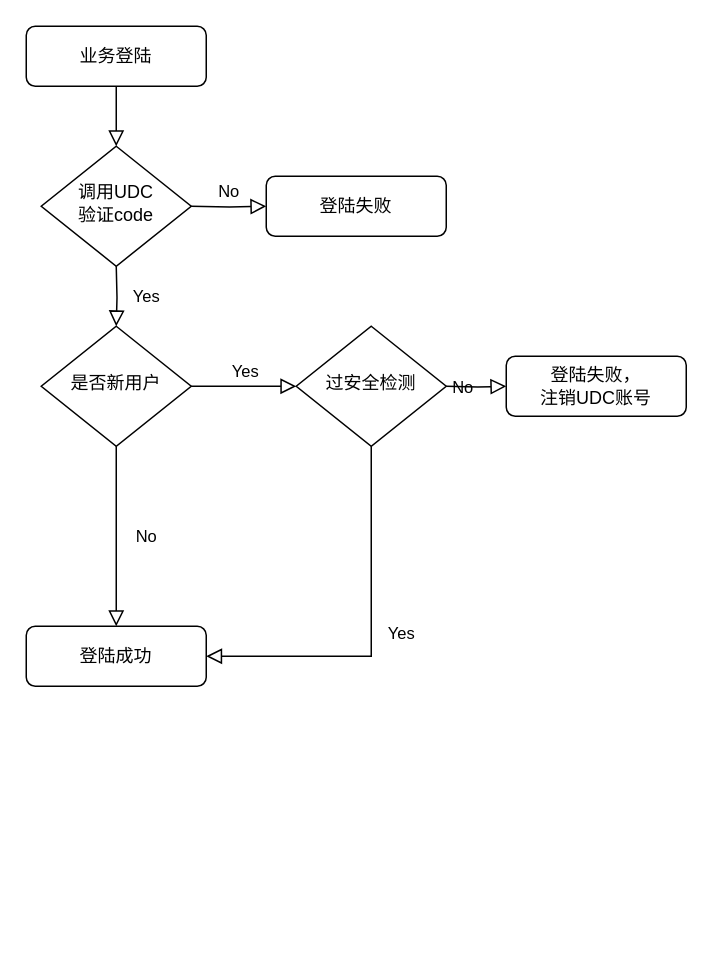
zhuqlah/draw keeps this draw.io diagram as 未命名绘图.drawio. Above is the earlier version. Source tidied: cells renumbered, new cells numbered last; positions are measured from the earlier drawing's top-left corner, leaving out a move shared by most shapes. Both pictures are drawn from the tidied source at 150%, with x=0, y=0 at pixel (26, 26).
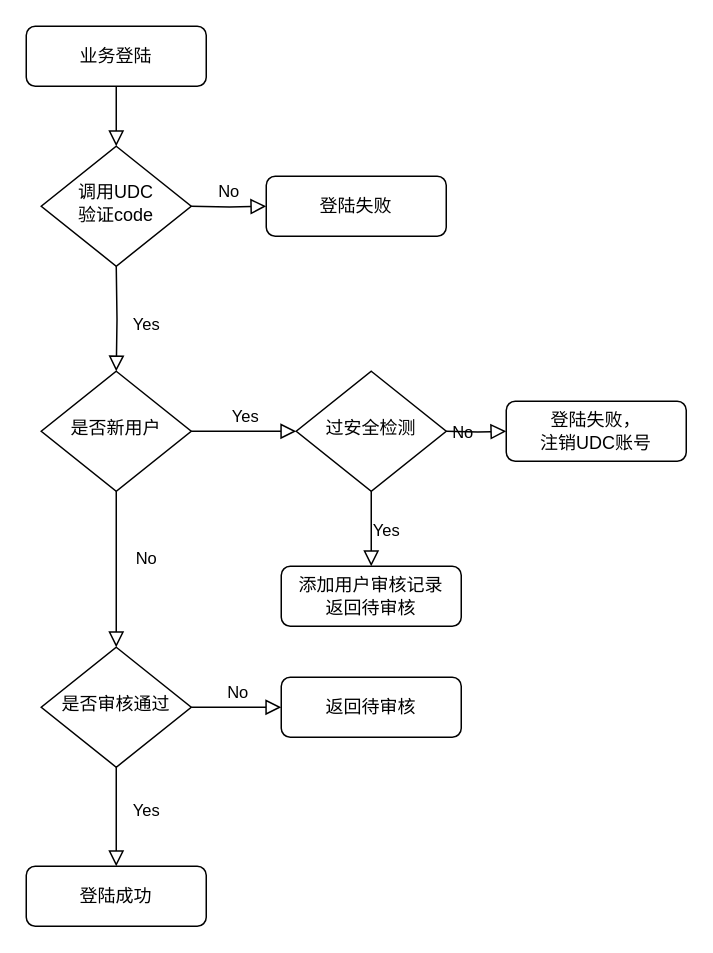
Above is the later version.

Commit message (it also covers changes not shown here):
更新未命名绘图.drawio

The edit, as a diff of the source:
```diff
@@
     <mxCell id="4" value="Yes" style="rounded=0;html=1;jettySize=auto;fontSize=11;endArrow=block;endFill=0;endSize=8;strokeWidth=1;shadow=0;labelBackgroundColor=none;edgeStyle=orthogonalEdgeStyle;" parent="1" edge="1" target="6">
-      <mxGeometry y="20" relative="1" as="geometry">
+      <mxGeometry x="0.16" y="20" relative="1" as="geometry">
         <mxPoint x="60" y="160" as="sourcePoint" />
+        <mxPoint y="-1" as="offset" />
       </mxGeometry>
     </mxCell>
-    <mxCell id="5" value="No" style="rounded=0;html=1;jettySize=auto;fontSize=11;endArrow=block;endFill=0;endSize=8;strokeWidth=1;shadow=0;labelBackgroundColor=none;edgeStyle=orthogonalEdgeStyle;entryX=0.5;entryY=0;entryDx=0;entryDy=0;" parent="1" edge="1" source="6" target="8">
-      <mxGeometry y="20" relative="1" as="geometry" />
-    </mxCell>
     <mxCell id="6" value="是否新用户" style="rhombus;whiteSpace=wrap;html=1;shadow=0;fontFamily=Helvetica;fontSize=12;align=center;strokeWidth=1;spacing=6;spacingTop=-4;" parent="1" vertex="1">
-      <mxGeometry x="10" y="200" width="100" height="80" as="geometry" />
+      <mxGeometry x="10" y="230" width="100" height="80" as="geometry" />
     </mxCell>
     <mxCell id="7" value="登陆失败，&lt;br style=&quot;border-color: var(--border-color);&quot;&gt;注销UDC账号" style="rounded=1;whiteSpace=wrap;html=1;fontSize=12;glass=0;strokeWidth=1;shadow=0;" parent="1" vertex="1">
-      <mxGeometry x="320" y="220" width="120" height="40" as="geometry" />
+      <mxGeometry x="320" y="250" width="120" height="40" as="geometry" />
     </mxCell>
     <mxCell id="8" value="登陆成功" style="rounded=1;whiteSpace=wrap;html=1;fontSize=12;glass=0;strokeWidth=1;shadow=0;" parent="1" vertex="1">
-      <mxGeometry y="400" width="120" height="40" as="geometry" />
+      <mxGeometry y="560" width="120" height="40" as="geometry" />
     </mxCell>
@@
     <mxCell id="12" value="过安全检测" style="rhombus;whiteSpace=wrap;html=1;shadow=0;fontFamily=Helvetica;fontSize=12;align=center;strokeWidth=1;spacing=6;spacingTop=-4;" parent="1" vertex="1">
-      <mxGeometry x="180" y="200" width="100" height="80" as="geometry" />
+      <mxGeometry x="180" y="230" width="100" height="80" as="geometry" />
     </mxCell>
@@
-    <mxCell id="14" value="Yes" style="rounded=0;html=1;jettySize=auto;fontSize=11;endArrow=block;endFill=0;endSize=8;strokeWidth=1;shadow=0;labelBackgroundColor=none;edgeStyle=orthogonalEdgeStyle;exitX=0.5;exitY=1;exitDx=0;exitDy=0;entryX=1;entryY=0.5;entryDx=0;entryDy=0;" parent="1" edge="1" source="12" target="8">
-      <mxGeometry y="20" relative="1" as="geometry" />
-    </mxCell>
     <mxCell id="15" value="No" style="edgeStyle=orthogonalEdgeStyle;rounded=0;html=1;jettySize=auto;fontSize=11;endArrow=block;endFill=0;endSize=8;strokeWidth=1;shadow=0;labelBackgroundColor=none;entryX=0;entryY=0.5;entryDx=0;entryDy=0;" parent="1" edge="1" target="7">
       <mxGeometry x="0.03" y="10" relative="1" as="geometry">
-        <mxPoint x="280" y="240" as="sourcePoint" />
+        <mxPoint x="280" y="270" as="sourcePoint" />
       </mxGeometry>
     </mxCell>
+    <mxCell id="16" value="No" style="rounded=0;html=1;jettySize=auto;fontSize=11;endArrow=block;endFill=0;endSize=8;strokeWidth=1;shadow=0;labelBackgroundColor=none;edgeStyle=orthogonalEdgeStyle;exitX=0.5;exitY=1;exitDx=0;exitDy=0;entryX=0.5;entryY=0;entryDx=0;entryDy=0;" parent="1" edge="1" source="6" target="19">
+      <mxGeometry x="-0.15" y="20" relative="1" as="geometry">
+        <mxPoint y="1" as="offset" />
+      </mxGeometry>
+    </mxCell>
+    <mxCell id="17" value="Yes" style="edgeStyle=orthogonalEdgeStyle;rounded=0;html=1;jettySize=auto;fontSize=11;endArrow=block;endFill=0;endSize=8;strokeWidth=1;shadow=0;labelBackgroundColor=none;exitX=0.5;exitY=1;exitDx=0;exitDy=0;entryX=0.5;entryY=0;entryDx=0;entryDy=0;" parent="1" edge="1" source="12" target="18">
+      <mxGeometry x="0.03" y="10" relative="1" as="geometry" />
+    </mxCell>
+    <mxCell id="18" value="添加用户审核记录&lt;br&gt;返回待审核" style="rounded=1;whiteSpace=wrap;html=1;fontSize=12;glass=0;strokeWidth=1;shadow=0;" parent="1" vertex="1">
+      <mxGeometry x="170" y="360" width="120" height="40" as="geometry" />
+    </mxCell>
+    <mxCell id="19" value="是否审核通过" style="rhombus;whiteSpace=wrap;html=1;shadow=0;fontFamily=Helvetica;fontSize=12;align=center;strokeWidth=1;spacing=6;spacingTop=-4;" parent="1" vertex="1">
+      <mxGeometry x="10" y="414" width="100" height="80" as="geometry" />
+    </mxCell>
+    <mxCell id="20" value="Yes" style="rounded=0;html=1;jettySize=auto;fontSize=11;endArrow=block;endFill=0;endSize=8;strokeWidth=1;shadow=0;labelBackgroundColor=none;edgeStyle=orthogonalEdgeStyle;exitX=0.5;exitY=1;exitDx=0;exitDy=0;entryX=0.5;entryY=0;entryDx=0;entryDy=0;" parent="1" edge="1" source="19" target="8">
+      <mxGeometry x="-0.15" y="20" relative="1" as="geometry">
+        <mxPoint y="1" as="offset" />
+      </mxGeometry>
+    </mxCell>
+    <mxCell id="21" value="No" style="edgeStyle=orthogonalEdgeStyle;rounded=0;html=1;jettySize=auto;fontSize=11;endArrow=block;endFill=0;endSize=8;strokeWidth=1;shadow=0;labelBackgroundColor=none;exitX=1;exitY=0.5;exitDx=0;exitDy=0;entryX=0;entryY=0.5;entryDx=0;entryDy=0;" parent="1" edge="1" source="19" target="22">
+      <mxGeometry x="0.03" y="10" relative="1" as="geometry" />
+    </mxCell>
+    <mxCell id="22" value="返回待审核" style="rounded=1;whiteSpace=wrap;html=1;fontSize=12;glass=0;strokeWidth=1;shadow=0;" parent="1" vertex="1">
+      <mxGeometry x="170" y="434" width="120" height="40" as="geometry" />
+    </mxCell>
```
